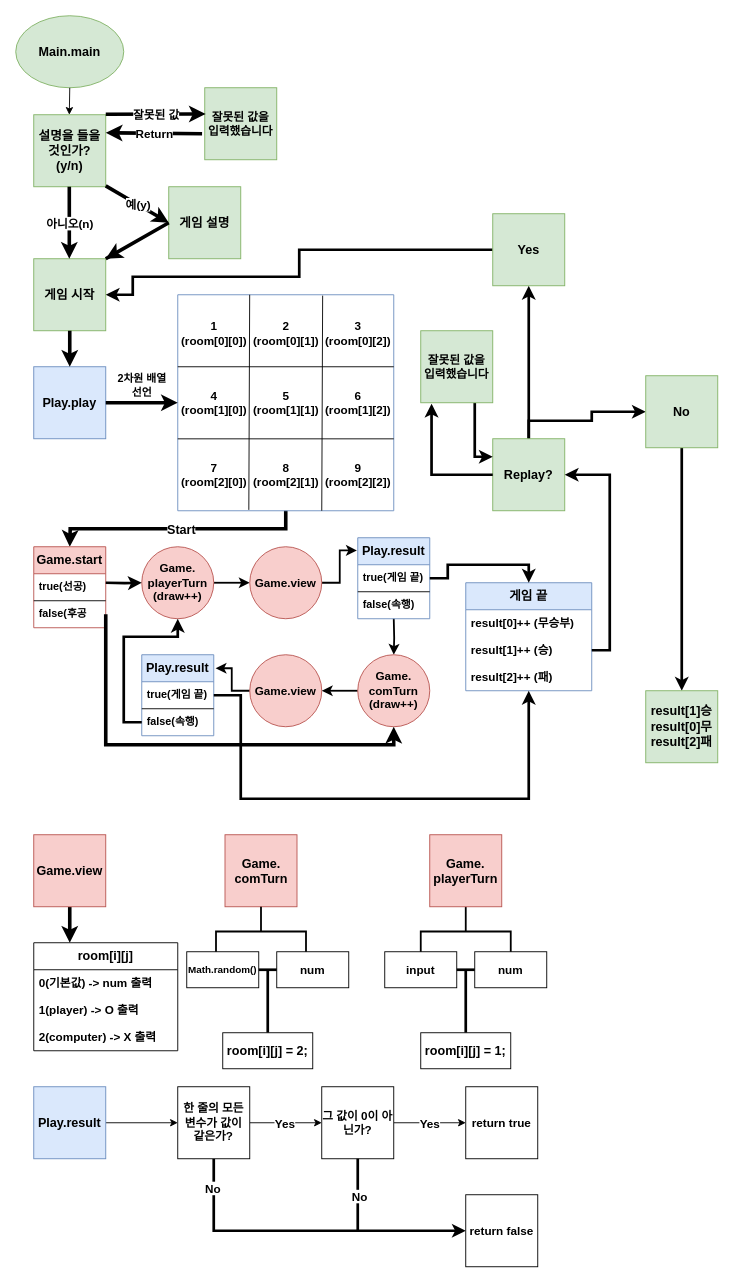
Before: JAVA_Work/Intellij/Myproject/제목 없는 다이어그램.drawio in suidori/GreenCom, a draw.io diagram. Source tidied: cells renumbered, new cells numbered last; positions are measured from the earlier drawing's top-left corner, leaving out a move shared by most shapes. Both pictures are drawn from the tidied source at 90%, with x=0, y=0 at pixel (15, 15).
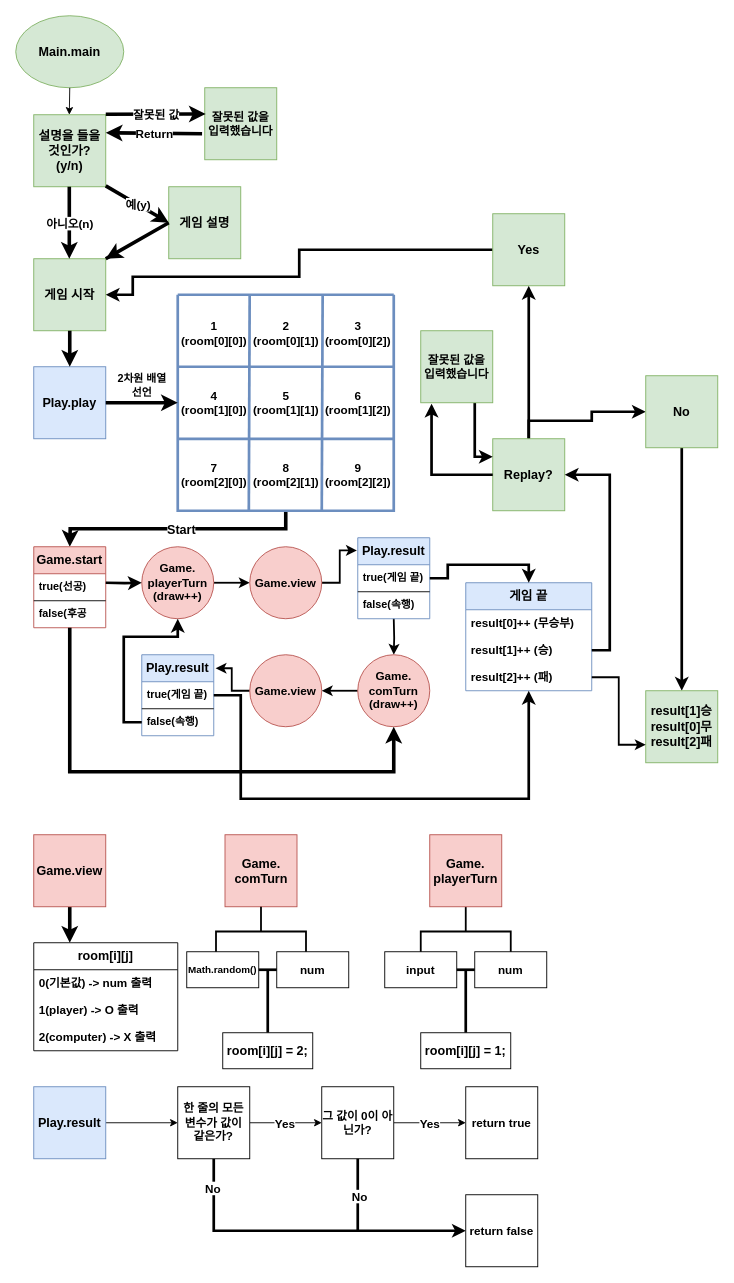
After the change.

Commit message:
제목 없는 다이어그램.drawio 업데이트

The change refers to these unchanged cells:
```xml
<mxCell id="53" value="Game.&lt;div style=&quot;font-size: 13px;&quot;&gt;comTurn&lt;/div&gt;&lt;div style=&quot;font-size: 13px;&quot;&gt;(draw++)&lt;/div&gt;" style="ellipse;whiteSpace=wrap;html=1;fontStyle=1;fontSize=13;fillColor=#f8cecc;strokeColor=#b85450;" parent="1" vertex="1">
  <mxGeometry x="380" y="710" width="80" height="80" as="geometry" />
</mxCell>
<mxCell id="57" value="false(후공" style="text;strokeColor=none;fillColor=none;align=left;verticalAlign=middle;spacingLeft=4;spacingRight=4;overflow=hidden;points=[[0,0.5],[1,0.5]];portConstraint=eastwest;whiteSpace=wrap;html=1;fontStyle=1;" parent="54" vertex="1">
  <mxGeometry y="60" width="80" height="30" as="geometry" />
</mxCell>
<mxCell id="71" value="result[2]++ (패)" style="text;strokeColor=none;fillColor=none;align=left;verticalAlign=middle;spacingLeft=4;spacingRight=4;overflow=hidden;points=[[0,0.5],[1,0.5]];portConstraint=eastwest;whiteSpace=wrap;html=1;fontStyle=1;fontSize=13;" parent="68" vertex="1">
  <mxGeometry y="90" width="140" height="30" as="geometry" />
</mxCell>
<mxCell id="96" value="&lt;span style=&quot;font-size: 14px;&quot;&gt;&lt;b&gt;result[1]승&lt;/b&gt;&lt;/span&gt;&lt;div&gt;&lt;b style=&quot;font-size: 14px;&quot;&gt;result[0]무&lt;/b&gt;&lt;span style=&quot;font-size: 14px;&quot;&gt;&lt;b&gt;&lt;br&gt;&lt;/b&gt;&lt;/span&gt;&lt;div&gt;&lt;span style=&quot;font-size: 14px;&quot;&gt;&lt;b&gt;result[2]패&lt;/b&gt;&lt;/span&gt;&lt;/div&gt;&lt;/div&gt;" style="whiteSpace=wrap;html=1;fillColor=#d5e8d4;strokeColor=#82b366;" parent="1" vertex="1">
  <mxGeometry x="700" y="750" width="80" height="80" as="geometry" />
</mxCell>
```

Change to the diagram source:
```diff
@@
-    <mxCell id="22" style="swimlane;startSize=0;fillColor=#dae8fc;strokeColor=#6c8ebf;" parent="1" vertex="1">
+    <mxCell id="22" style="swimlane;startSize=0;fillColor=#dae8fc;strokeColor=#6c8ebf;strokeWidth=3;" parent="1" vertex="1">
       <mxGeometry x="180" y="310" width="240" height="240" as="geometry" />
     </mxCell>
@@
-    <mxCell id="24" style="endArrow=none;html=1;rounded=0;entryX=0.333;entryY=0;entryDx=0;entryDy=0;entryPerimeter=0;exitX=0.329;exitY=0.996;exitDx=0;exitDy=0;exitPerimeter=0;" parent="22" edge="1">
+    <mxCell id="24" style="endArrow=none;html=1;rounded=0;entryX=0.333;entryY=0;entryDx=0;entryDy=0;entryPerimeter=0;exitX=0.329;exitY=0.996;exitDx=0;exitDy=0;exitPerimeter=0;fillColor=#dae8fc;strokeColor=#6c8ebf;strokeWidth=3;" parent="22" edge="1">
       <mxGeometry relative="1" as="geometry">
         <mxPoint x="160" y="240" as="sourcePoint" />
         <mxPoint x="161" y="1" as="targetPoint" />
       </mxGeometry>
     </mxCell>
-    <mxCell id="25" style="endArrow=none;html=1;rounded=0;exitX=0.004;exitY=0.333;exitDx=0;exitDy=0;exitPerimeter=0;" parent="22" edge="1">
+    <mxCell id="25" style="endArrow=none;html=1;rounded=0;exitX=0.004;exitY=0.333;exitDx=0;exitDy=0;exitPerimeter=0;fillColor=#dae8fc;strokeColor=#6c8ebf;strokeWidth=3;" parent="22" edge="1">
       <mxGeometry relative="1" as="geometry">
         <mxPoint y="160.1" as="sourcePoint" />
         <mxPoint x="240" y="160.1" as="targetPoint" />
       </mxGeometry>
     </mxCell>
-    <mxCell id="26" style="endArrow=none;html=1;rounded=0;exitX=0;exitY=0.25;exitDx=0;exitDy=0;entryX=1;entryY=0.25;entryDx=0;entryDy=0;" parent="22" edge="1">
+    <mxCell id="26" style="endArrow=none;html=1;rounded=0;exitX=0;exitY=0.25;exitDx=0;exitDy=0;entryX=1;entryY=0.25;entryDx=0;entryDy=0;fillColor=#dae8fc;strokeColor=#6c8ebf;strokeWidth=3;" parent="22" edge="1">
       <mxGeometry relative="1" as="geometry">
         <mxPoint y="80" as="sourcePoint" />
         <mxPoint x="240" y="80" as="targetPoint" />
       </mxGeometry>
     </mxCell>
@@
-    <mxCell id="36" style="endArrow=none;html=1;rounded=0;entryX=0.333;entryY=0;entryDx=0;entryDy=0;entryPerimeter=0;exitX=0.329;exitY=0.996;exitDx=0;exitDy=0;exitPerimeter=0;" parent="1" edge="1" source="22" target="22">
+    <mxCell id="36" style="endArrow=none;html=1;rounded=0;entryX=0.333;entryY=0;entryDx=0;entryDy=0;entryPerimeter=0;exitX=0.329;exitY=0.996;exitDx=0;exitDy=0;exitPerimeter=0;fillColor=#dae8fc;strokeColor=#6c8ebf;strokeWidth=3;" parent="1" edge="1" source="22" target="22">
       <mxGeometry relative="1" as="geometry" />
     </mxCell>
@@
-    <mxCell id="59" style="edgeStyle=orthogonalEdgeStyle;rounded=0;jettySize=auto;html=1;exitX=1;exitY=0.5;exitDx=0;exitDy=0;entryX=0.5;entryY=1;entryDx=0;entryDy=0;strokeWidth=4;curved=0;" parent="1" edge="1" source="57" target="53">
+    <mxCell id="59" style="edgeStyle=orthogonalEdgeStyle;rounded=0;jettySize=auto;html=1;entryX=0.5;entryY=1;entryDx=0;entryDy=0;strokeWidth=4;curved=0;" parent="1" edge="1" target="53">
       <mxGeometry relative="1" as="geometry">
+        <mxPoint x="60" y="680" as="sourcePoint" />
         <Array as="points">
-          <mxPoint x="100" y="810" />
-          <mxPoint x="420" y="810" />
+          <mxPoint x="60" y="840" />
+          <mxPoint x="420" y="840" />
         </Array>
       </mxGeometry>
     </mxCell>
@@
+    <mxCell id="114" style="edgeStyle=orthogonalEdgeStyle;rounded=0;jettySize=auto;html=1;exitX=1;exitY=0.5;exitDx=0;exitDy=0;entryX=0;entryY=0.75;entryDx=0;entryDy=0;strokeWidth=2;" parent="1" edge="1" source="71" target="96">
+      <mxGeometry relative="1" as="geometry" />
+    </mxCell>
```
